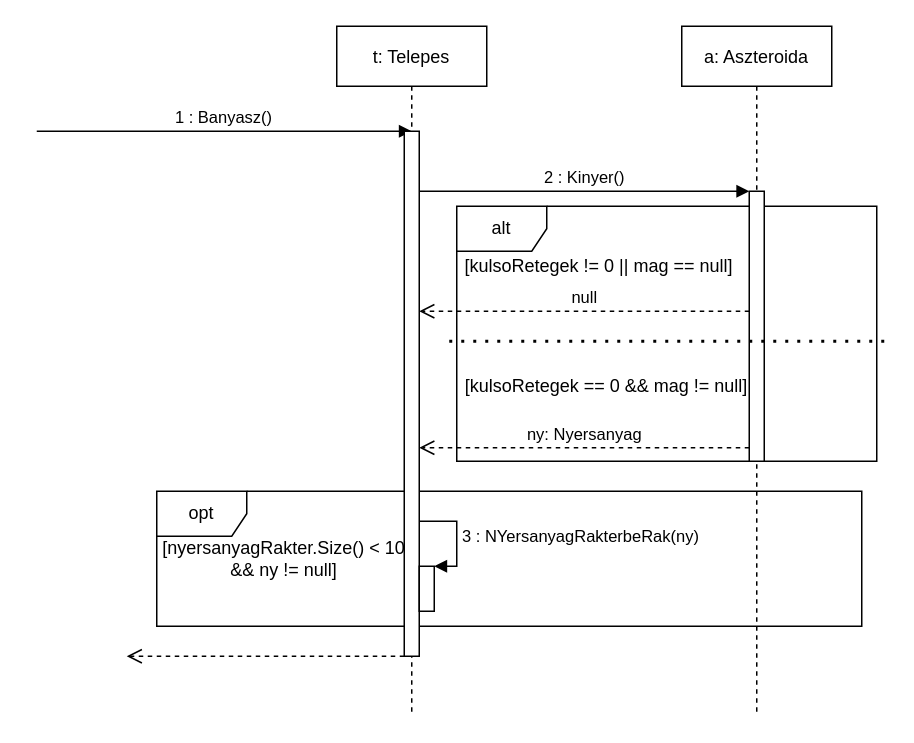
Before: doc/uml/szekvencia_mine.drawio in torpeBoiGo/aszteroidabanyaszat, a draw.io diagram. Source tidied: cells renumbered, new cells numbered last; positions are measured from the earlier drawing's top-left corner, leaving out a move shared by most shapes. Both pictures are drawn from the tidied source at 150%, with x=0, y=0 at pixel (36, 26).
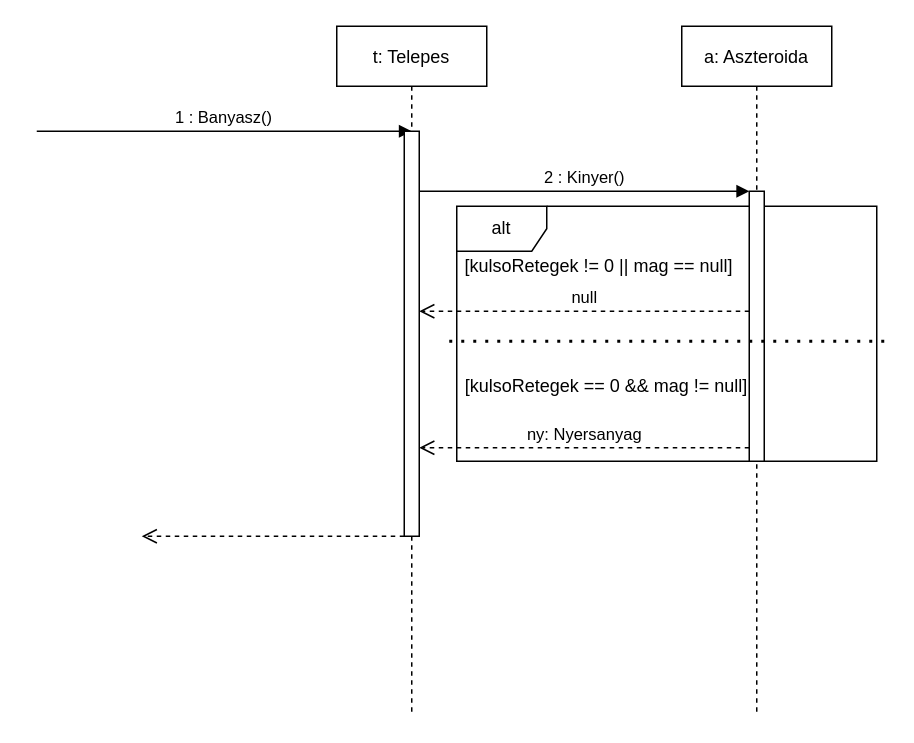
Above is the later version.

Commit message:
RakterbeRak() függvény kiszedve

Unchanged cells that the change refers to:
```xml
<mxCell id="4" value="t: Telepes" style="shape=umlLifeline;perimeter=lifelinePerimeter;rounded=0;shadow=0;strokeWidth=1;" parent="1" vertex="1">
  <mxGeometry x="200" width="100" height="460" as="geometry" />
</mxCell>
```

Change to the diagram source:
```diff
@@
-    <mxCell id="3" value="opt" style="shape=umlFrame;whiteSpace=wrap;html=1;" parent="1" vertex="1">
-      <mxGeometry x="80" y="310" width="470" height="90" as="geometry" />
-    </mxCell>
@@
     <mxCell id="6" style="html=1;points=[];perimeter=orthogonalPerimeter;" parent="4" vertex="1">
-      <mxGeometry x="45" y="70" width="10" height="350" as="geometry" />
+      <mxGeometry x="45" y="70" width="10" height="270" as="geometry" />
     </mxCell>
@@
     <mxCell id="12" style="html=1;verticalAlign=bottom;endArrow=open;dashed=1;endSize=8;" parent="1" edge="1" source="6">
       <mxGeometry relative="1" as="geometry">
-        <mxPoint x="60" y="420" as="targetPoint" />
+        <mxPoint x="70" y="340" as="targetPoint" />
       </mxGeometry>
     </mxCell>
-    <mxCell id="13" style="html=1;points=[];perimeter=orthogonalPerimeter;" parent="1" vertex="1">
-      <mxGeometry x="255" y="360" width="10" height="30" as="geometry" />
-    </mxCell>
-    <mxCell id="14" value="3 : NYersanyagRakterbeRak(ny)" style="edgeStyle=orthogonalEdgeStyle;html=1;align=left;spacingLeft=2;endArrow=block;rounded=0;entryX=1;entryY=0;" parent="1" edge="1" source="6" target="13">
-      <mxGeometry relative="1" as="geometry">
-        <Array as="points">
-          <mxPoint x="280" y="330" />
-          <mxPoint x="280" y="360" />
-        </Array>
-      </mxGeometry>
-    </mxCell>
-    <mxCell id="15" value="[nyersanyagRakter.Size() &amp;lt; 10 &amp;amp;&amp;amp; ny != null]" style="text;html=1;strokeColor=none;fillColor=none;align=center;verticalAlign=middle;whiteSpace=wrap;rounded=0;" parent="1" vertex="1">
-      <mxGeometry x="75" y="345" width="180" height="20" as="geometry" />
-    </mxCell>
```
